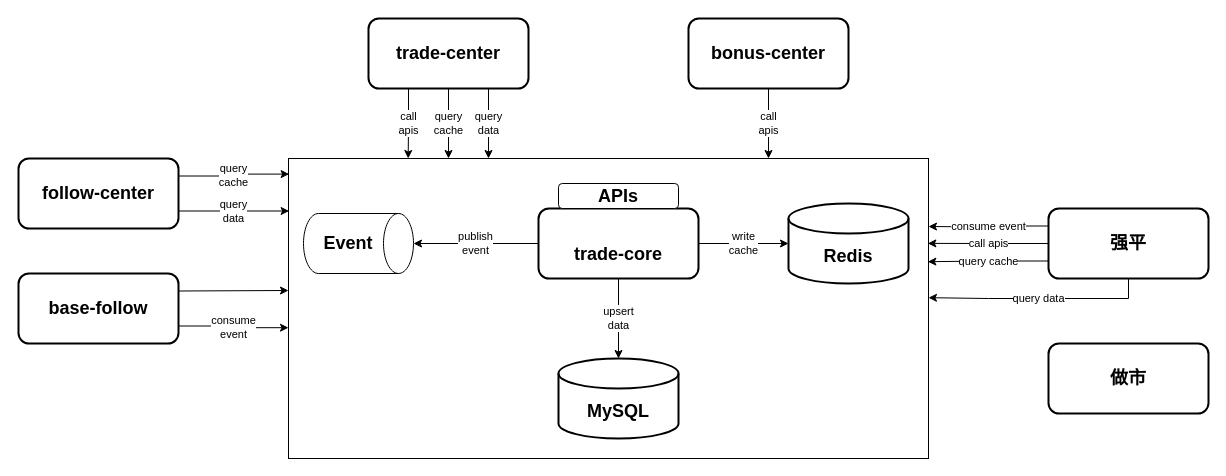
The draw.io diagram page "合约服务层-技术架构" (2 of 2) of 合约跟单.drawio in jackie-thank/beego-authz, before the edit. Source tidied: cells renumbered, new cells numbered last; positions are measured from the earlier drawing's top-left corner, leaving out a move shared by most shapes. Both pictures are drawn from the tidied source at 100%, with x=0, y=0 at pixel (18, 18).
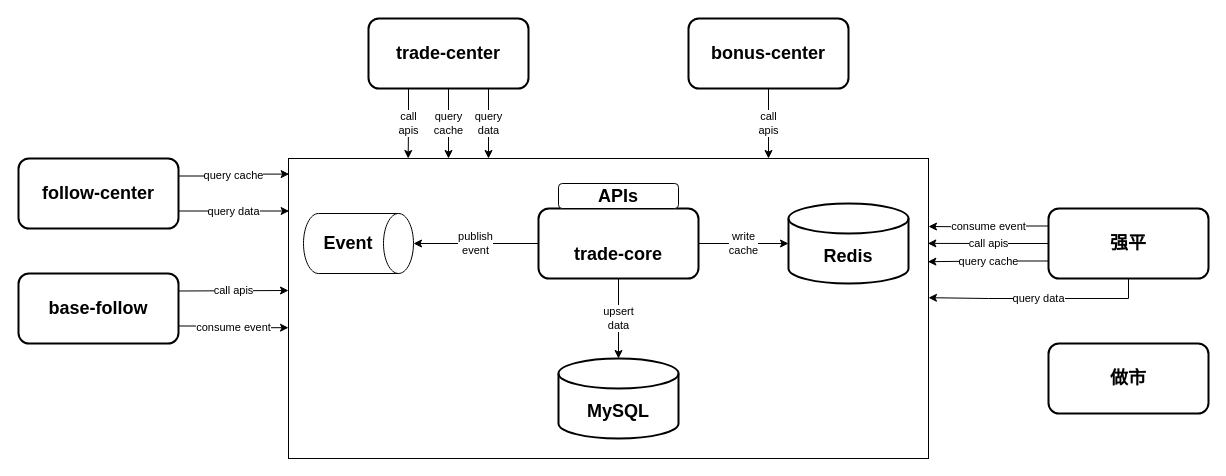
After the change.

Commit message:
已添加 合约跟单.drawio

The change refers to these unchanged cells:
```xml
<mxCell id="2" style="rounded=0;whiteSpace=wrap;html=1;" parent="1" vertex="1">
  <mxGeometry x="270" y="140" width="640" height="300" as="geometry" />
</mxCell>
<mxCell id="3" value="follow-center" style="rounded=1;whiteSpace=wrap;html=1;strokeWidth=2;fontSize=18;fontStyle=1;" parent="1" vertex="1">
  <mxGeometry y="140" width="160" height="70" as="geometry" />
</mxCell>
<mxCell id="7" value="base-follow" style="rounded=1;whiteSpace=wrap;html=1;strokeWidth=2;fontSize=18;fontStyle=1;" parent="1" vertex="1">
  <mxGeometry y="255" width="160" height="70" as="geometry" />
</mxCell>
```

Change to the diagram source:
```diff
@@
-    <mxCell id="15" value="consume&lt;div&gt;event&lt;/div&gt;" style="edgeStyle=orthogonalEdgeStyle;rounded=0;jettySize=auto;html=1;exitX=1;exitY=0.75;exitDx=0;exitDy=0;entryX=0;entryY=0.564;entryDx=0;entryDy=0;entryPerimeter=0;" parent="1" edge="1" source="7" target="2">
+    <mxCell id="15" value="consume event" style="edgeStyle=orthogonalEdgeStyle;rounded=0;jettySize=auto;html=1;exitX=1;exitY=0.75;exitDx=0;exitDy=0;entryX=0;entryY=0.564;entryDx=0;entryDy=0;entryPerimeter=0;" parent="1" edge="1" source="7" target="2">
       <mxGeometry relative="1" as="geometry" />
     </mxCell>
@@
-    <mxCell id="20" style="edgeStyle=orthogonalEdgeStyle;rounded=0;jettySize=auto;html=1;exitX=1;exitY=0.25;exitDx=0;exitDy=0;" parent="1" edge="1" source="7">
+    <mxCell id="20" value="call apis" style="edgeStyle=orthogonalEdgeStyle;rounded=0;jettySize=auto;html=1;exitX=1;exitY=0.25;exitDx=0;exitDy=0;" parent="1" edge="1" source="7">
       <mxGeometry relative="1" as="geometry">
         <mxPoint x="270" y="272" as="targetPoint" />
       </mxGeometry>
     </mxCell>
-    <mxCell id="21" value="query&lt;div&gt;cache&lt;/div&gt;" style="edgeStyle=orthogonalEdgeStyle;rounded=0;jettySize=auto;html=1;exitX=1;exitY=0.25;exitDx=0;exitDy=0;entryX=0.001;entryY=0.052;entryDx=0;entryDy=0;entryPerimeter=0;" parent="1" edge="1" source="3" target="2">
+    <mxCell id="21" value="query cache" style="edgeStyle=orthogonalEdgeStyle;rounded=0;jettySize=auto;html=1;exitX=1;exitY=0.25;exitDx=0;exitDy=0;entryX=0.001;entryY=0.052;entryDx=0;entryDy=0;entryPerimeter=0;" parent="1" edge="1" source="3" target="2">
       <mxGeometry relative="1" as="geometry" />
     </mxCell>
-    <mxCell id="22" value="query&lt;div&gt;data&lt;/div&gt;" style="edgeStyle=orthogonalEdgeStyle;rounded=0;jettySize=auto;html=1;exitX=1;exitY=0.75;exitDx=0;exitDy=0;entryX=0.001;entryY=0.175;entryDx=0;entryDy=0;entryPerimeter=0;" parent="1" edge="1" source="3" target="2">
+    <mxCell id="22" value="query data" style="edgeStyle=orthogonalEdgeStyle;rounded=0;jettySize=auto;html=1;exitX=1;exitY=0.75;exitDx=0;exitDy=0;entryX=0.001;entryY=0.175;entryDx=0;entryDy=0;entryPerimeter=0;" parent="1" edge="1" source="3" target="2">
       <mxGeometry relative="1" as="geometry" />
     </mxCell>
```
